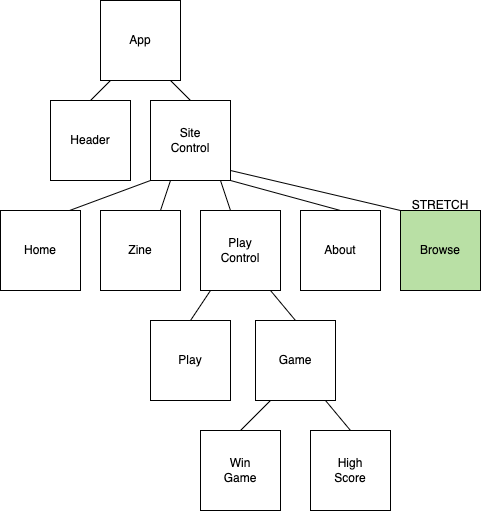
eluckie/the-wandering-eye keeps this draw.io diagram as src/img/capstone-component-diagram.png. Above is the earlier version. Source tidied: cells renumbered, new cells last; positions are measured from the earlier drawing's top-left corner, leaving out a move shared by most shapes. Its diagram source:
```xml
<mxGraphModel>
  <root>
    <mxCell id="0" />
    <mxCell id="1" parent="0" />
    <mxCell id="2" style="whiteSpace=wrap;html=1;" parent="1" vertex="1">
      <mxGeometry x="150" y="100" width="80" height="80" as="geometry" />
    </mxCell>
    <mxCell id="3" value="Site Control" style="text;html=1;strokeColor=none;fillColor=none;align=center;verticalAlign=middle;whiteSpace=wrap;rounded=0;" parent="1" vertex="1">
      <mxGeometry x="160" y="125" width="60" height="30" as="geometry" />
    </mxCell>
    <mxCell id="4" style="whiteSpace=wrap;html=1;" parent="1" vertex="1">
      <mxGeometry x="100" y="210" width="80" height="80" as="geometry" />
    </mxCell>
    <mxCell id="5" style="whiteSpace=wrap;html=1;" parent="1" vertex="1">
      <mxGeometry x="100" width="80" height="80" as="geometry" />
    </mxCell>
    <mxCell id="6" style="whiteSpace=wrap;html=1;" parent="1" vertex="1">
      <mxGeometry x="50" y="100" width="80" height="80" as="geometry" />
    </mxCell>
    <mxCell id="7" value="App" style="text;html=1;strokeColor=none;fillColor=none;align=center;verticalAlign=middle;whiteSpace=wrap;rounded=0;" parent="1" vertex="1">
      <mxGeometry x="110" y="25" width="60" height="30" as="geometry" />
    </mxCell>
    <mxCell id="8" value="Header" style="text;html=1;strokeColor=none;fillColor=none;align=center;verticalAlign=middle;whiteSpace=wrap;rounded=0;" parent="1" vertex="1">
      <mxGeometry x="60" y="125" width="60" height="30" as="geometry" />
    </mxCell>
    <mxCell id="9" style="whiteSpace=wrap;html=1;fillColor=#B9E0A5;" parent="1" vertex="1">
      <mxGeometry x="400" y="210" width="80" height="80" as="geometry" />
    </mxCell>
    <mxCell id="10" style="whiteSpace=wrap;html=1;" parent="1" vertex="1">
      <mxGeometry y="210" width="80" height="80" as="geometry" />
    </mxCell>
    <mxCell id="11" style="whiteSpace=wrap;html=1;" parent="1" vertex="1">
      <mxGeometry x="200" y="210" width="80" height="80" as="geometry" />
    </mxCell>
    <mxCell id="12" style="whiteSpace=wrap;html=1;" parent="1" vertex="1">
      <mxGeometry x="300" y="210" width="80" height="80" as="geometry" />
    </mxCell>
    <mxCell id="13" value="Home" style="text;html=1;strokeColor=none;fillColor=none;align=center;verticalAlign=middle;whiteSpace=wrap;rounded=0;" parent="1" vertex="1">
      <mxGeometry x="10" y="235" width="60" height="30" as="geometry" />
    </mxCell>
    <mxCell id="14" value="Zine" style="text;html=1;strokeColor=none;fillColor=none;align=center;verticalAlign=middle;whiteSpace=wrap;rounded=0;" parent="1" vertex="1">
      <mxGeometry x="110" y="235" width="60" height="30" as="geometry" />
    </mxCell>
    <mxCell id="15" value="About" style="text;html=1;strokeColor=none;fillColor=none;align=center;verticalAlign=middle;whiteSpace=wrap;rounded=0;" parent="1" vertex="1">
      <mxGeometry x="310" y="235" width="60" height="30" as="geometry" />
    </mxCell>
    <mxCell id="16" value="Browse" style="text;html=1;strokeColor=none;fillColor=none;align=center;verticalAlign=middle;whiteSpace=wrap;rounded=0;" parent="1" vertex="1">
      <mxGeometry x="410" y="235" width="60" height="30" as="geometry" />
    </mxCell>
    <mxCell id="17" value="STRETCH" style="text;html=1;strokeColor=none;fillColor=none;align=center;verticalAlign=middle;whiteSpace=wrap;rounded=0;" parent="1" vertex="1">
      <mxGeometry x="410" y="190" width="60" height="30" as="geometry" />
    </mxCell>
    <mxCell id="18" style="whiteSpace=wrap;html=1;" parent="1" vertex="1">
      <mxGeometry x="255" y="320" width="80" height="80" as="geometry" />
    </mxCell>
    <mxCell id="19" value="Game" style="text;html=1;strokeColor=none;fillColor=none;align=center;verticalAlign=middle;whiteSpace=wrap;rounded=0;" parent="1" vertex="1">
      <mxGeometry x="265" y="345" width="60" height="30" as="geometry" />
    </mxCell>
    <mxCell id="20" style="whiteSpace=wrap;html=1;" parent="1" vertex="1">
      <mxGeometry x="200" y="430" width="80" height="80" as="geometry" />
    </mxCell>
    <mxCell id="21" style="whiteSpace=wrap;html=1;" parent="1" vertex="1">
      <mxGeometry x="310" y="430" width="80" height="80" as="geometry" />
    </mxCell>
    <mxCell id="22" value="Win&lt;br&gt;Game" style="text;html=1;strokeColor=none;fillColor=none;align=center;verticalAlign=middle;whiteSpace=wrap;rounded=0;" parent="1" vertex="1">
      <mxGeometry x="210" y="455" width="60" height="30" as="geometry" />
    </mxCell>
    <mxCell id="23" value="High Score" style="text;html=1;strokeColor=none;fillColor=none;align=center;verticalAlign=middle;whiteSpace=wrap;rounded=0;" parent="1" vertex="1">
      <mxGeometry x="320" y="455" width="60" height="30" as="geometry" />
    </mxCell>
    <mxCell id="24" style="endArrow=none;html=1;rounded=0;exitX=0.5;exitY=0;exitDx=0;exitDy=0;" parent="1" edge="1" source="6">
      <mxGeometry relative="1" as="geometry">
        <mxPoint x="110" y="80" as="targetPoint" />
      </mxGeometry>
    </mxCell>
    <mxCell id="25" style="endArrow=none;html=1;rounded=0;exitX=0.5;exitY=0;exitDx=0;exitDy=0;" parent="1" edge="1" source="2">
      <mxGeometry relative="1" as="geometry">
        <mxPoint x="170" y="80" as="targetPoint" />
      </mxGeometry>
    </mxCell>
    <mxCell id="26" style="endArrow=none;html=1;rounded=0;exitX=0.863;exitY=0;exitDx=0;exitDy=0;exitPerimeter=0;" parent="1" edge="1" source="10">
      <mxGeometry relative="1" as="geometry">
        <mxPoint x="150" y="180" as="targetPoint" />
      </mxGeometry>
    </mxCell>
    <mxCell id="27" style="endArrow=none;html=1;rounded=0;exitX=0.75;exitY=0;exitDx=0;exitDy=0;" parent="1" edge="1" source="4">
      <mxGeometry relative="1" as="geometry">
        <mxPoint x="170" y="180" as="targetPoint" />
      </mxGeometry>
    </mxCell>
    <mxCell id="28" style="endArrow=none;html=1;rounded=0;" parent="1" edge="1">
      <mxGeometry relative="1" as="geometry">
        <mxPoint x="230" y="210" as="sourcePoint" />
        <mxPoint x="220" y="180" as="targetPoint" />
      </mxGeometry>
    </mxCell>
    <mxCell id="29" style="endArrow=none;html=1;rounded=0;exitX=0.5;exitY=0;exitDx=0;exitDy=0;entryX=1;entryY=1;entryDx=0;entryDy=0;" parent="1" edge="1" source="12" target="2">
      <mxGeometry relative="1" as="geometry" />
    </mxCell>
    <mxCell id="30" style="endArrow=none;html=1;rounded=0;exitX=0;exitY=0;exitDx=0;exitDy=0;" parent="1" edge="1" source="9">
      <mxGeometry relative="1" as="geometry">
        <mxPoint x="230" y="170" as="targetPoint" />
      </mxGeometry>
    </mxCell>
    <mxCell id="31" style="endArrow=none;html=1;rounded=0;exitX=0.5;exitY=0;exitDx=0;exitDy=0;" parent="1" edge="1" source="20">
      <mxGeometry relative="1" as="geometry">
        <mxPoint x="270" y="400" as="targetPoint" />
      </mxGeometry>
    </mxCell>
    <mxCell id="32" style="endArrow=none;html=1;rounded=0;exitX=0.5;exitY=0;exitDx=0;exitDy=0;" parent="1" edge="1" source="21">
      <mxGeometry relative="1" as="geometry">
        <mxPoint x="325" y="400" as="targetPoint" />
      </mxGeometry>
    </mxCell>
    <mxCell id="33" value="Play Control" style="text;html=1;strokeColor=none;fillColor=none;align=center;verticalAlign=middle;whiteSpace=wrap;rounded=0;" parent="1" vertex="1">
      <mxGeometry x="210" y="235" width="60" height="30" as="geometry" />
    </mxCell>
    <mxCell id="34" style="whiteSpace=wrap;html=1;" parent="1" vertex="1">
      <mxGeometry x="150" y="320" width="80" height="80" as="geometry" />
    </mxCell>
    <mxCell id="35" value="Play" style="text;html=1;strokeColor=none;fillColor=none;align=center;verticalAlign=middle;whiteSpace=wrap;rounded=0;" parent="1" vertex="1">
      <mxGeometry x="160" y="345" width="60" height="30" as="geometry" />
    </mxCell>
    <mxCell id="36" style="endArrow=none;html=1;rounded=0;exitX=0.5;exitY=0;exitDx=0;exitDy=0;" parent="1" edge="1" source="34">
      <mxGeometry relative="1" as="geometry">
        <mxPoint x="210" y="290" as="targetPoint" />
      </mxGeometry>
    </mxCell>
    <mxCell id="37" style="endArrow=none;html=1;rounded=0;exitX=0.5;exitY=0;exitDx=0;exitDy=0;" parent="1" edge="1" source="18">
      <mxGeometry relative="1" as="geometry">
        <mxPoint x="270" y="290" as="targetPoint" />
      </mxGeometry>
    </mxCell>
  </root>
</mxGraphModel>
```
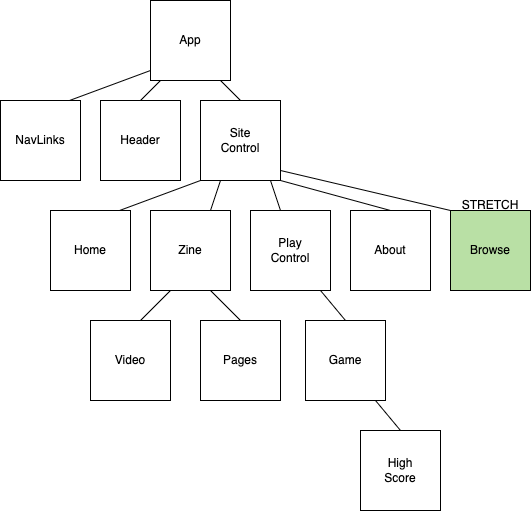
The same diagram one commit later.

Change to the diagram source:
```diff
@@ -56,15 +56,9 @@
     <mxCell id="19" value="Game" style="text;html=1;strokeColor=none;fillColor=none;align=center;verticalAlign=middle;whiteSpace=wrap;rounded=0;" parent="1" vertex="1">
       <mxGeometry x="265" y="345" width="60" height="30" as="geometry" />
     </mxCell>
-    <mxCell id="20" style="whiteSpace=wrap;html=1;" parent="1" vertex="1">
-      <mxGeometry x="200" y="430" width="80" height="80" as="geometry" />
-    </mxCell>
     <mxCell id="21" style="whiteSpace=wrap;html=1;" parent="1" vertex="1">
       <mxGeometry x="310" y="430" width="80" height="80" as="geometry" />
     </mxCell>
-    <mxCell id="22" value="Win&lt;br&gt;Game" style="text;html=1;strokeColor=none;fillColor=none;align=center;verticalAlign=middle;whiteSpace=wrap;rounded=0;" parent="1" vertex="1">
-      <mxGeometry x="210" y="455" width="60" height="30" as="geometry" />
-    </mxCell>
     <mxCell id="23" value="High Score" style="text;html=1;strokeColor=none;fillColor=none;align=center;verticalAlign=middle;whiteSpace=wrap;rounded=0;" parent="1" vertex="1">
       <mxGeometry x="320" y="455" width="60" height="30" as="geometry" />
     </mxCell>
@@ -102,11 +96,6 @@
         <mxPoint x="230" y="170" as="targetPoint" />
       </mxGeometry>
     </mxCell>
-    <mxCell id="31" style="endArrow=none;html=1;rounded=0;exitX=0.5;exitY=0;exitDx=0;exitDy=0;" parent="1" edge="1" source="20">
-      <mxGeometry relative="1" as="geometry">
-        <mxPoint x="270" y="400" as="targetPoint" />
-      </mxGeometry>
-    </mxCell>
     <mxCell id="32" style="endArrow=none;html=1;rounded=0;exitX=0.5;exitY=0;exitDx=0;exitDy=0;" parent="1" edge="1" source="21">
       <mxGeometry relative="1" as="geometry">
         <mxPoint x="325" y="400" as="targetPoint" />
@@ -115,14 +104,9 @@
     <mxCell id="33" value="Play Control" style="text;html=1;strokeColor=none;fillColor=none;align=center;verticalAlign=middle;whiteSpace=wrap;rounded=0;" parent="1" vertex="1">
       <mxGeometry x="210" y="235" width="60" height="30" as="geometry" />
     </mxCell>
-    <mxCell id="34" style="whiteSpace=wrap;html=1;" parent="1" vertex="1">
-      <mxGeometry x="150" y="320" width="80" height="80" as="geometry" />
-    </mxCell>
-    <mxCell id="35" value="Play" style="text;html=1;strokeColor=none;fillColor=none;align=center;verticalAlign=middle;whiteSpace=wrap;rounded=0;" parent="1" vertex="1">
-      <mxGeometry x="160" y="345" width="60" height="30" as="geometry" />
-    </mxCell>
-    <mxCell id="36" style="endArrow=none;html=1;rounded=0;exitX=0.5;exitY=0;exitDx=0;exitDy=0;" parent="1" edge="1" source="34">
+    <mxCell id="36" style="endArrow=none;html=1;rounded=0;exitX=0.5;exitY=0;exitDx=0;exitDy=0;" parent="1" edge="1">
       <mxGeometry relative="1" as="geometry">
+        <mxPoint x="210" y="290" as="sourcePoint" />
         <mxPoint x="210" y="290" as="targetPoint" />
       </mxGeometry>
     </mxCell>
@@ -131,5 +115,46 @@
         <mxPoint x="270" y="290" as="targetPoint" />
       </mxGeometry>
     </mxCell>
+    <mxCell id="38" style="endArrow=none;html=1;rounded=0;exitX=0.5;exitY=0;exitDx=0;exitDy=0;" parent="1" edge="1">
+      <mxGeometry relative="1" as="geometry">
+        <mxPoint x="190" y="320" as="sourcePoint" />
+        <mxPoint x="190" y="320" as="targetPoint" />
+      </mxGeometry>
+    </mxCell>
+    <mxCell id="39" style="whiteSpace=wrap;html=1;" parent="1" vertex="1">
+      <mxGeometry x="40" y="320" width="80" height="80" as="geometry" />
+    </mxCell>
+    <mxCell id="34" style="whiteSpace=wrap;html=1;" parent="1" vertex="1">
+      <mxGeometry x="150" y="320" width="80" height="80" as="geometry" />
+    </mxCell>
+    <mxCell id="40" style="whiteSpace=wrap;html=1;" parent="1" vertex="1">
+      <mxGeometry x="-50" y="100" width="80" height="80" as="geometry" />
+    </mxCell>
+    <mxCell id="41" value="NavLinks" style="text;html=1;strokeColor=none;fillColor=none;align=center;verticalAlign=middle;whiteSpace=wrap;rounded=0;" parent="1" vertex="1">
+      <mxGeometry x="-40" y="125" width="60" height="30" as="geometry" />
+    </mxCell>
+    <mxCell id="42" value="Video" style="text;html=1;strokeColor=none;fillColor=none;align=center;verticalAlign=middle;whiteSpace=wrap;rounded=0;" parent="1" vertex="1">
+      <mxGeometry x="50" y="345" width="60" height="30" as="geometry" />
+    </mxCell>
+    <mxCell id="43" value="Pages" style="text;html=1;strokeColor=none;fillColor=none;align=center;verticalAlign=middle;whiteSpace=wrap;rounded=0;" parent="1" vertex="1">
+      <mxGeometry x="160" y="345" width="60" height="30" as="geometry" />
+    </mxCell>
+    <mxCell id="44" style="endArrow=none;html=1;rounded=0;exitX=0.5;exitY=0;exitDx=0;exitDy=0;" parent="1" edge="1">
+      <mxGeometry relative="1" as="geometry">
+        <mxPoint x="90" y="320" as="sourcePoint" />
+        <mxPoint x="120" y="290" as="targetPoint" />
+      </mxGeometry>
+    </mxCell>
+    <mxCell id="45" style="endArrow=none;html=1;rounded=0;exitX=0.5;exitY=0;exitDx=0;exitDy=0;" parent="1" edge="1" source="34">
+      <mxGeometry relative="1" as="geometry">
+        <mxPoint x="160" y="290" as="targetPoint" />
+      </mxGeometry>
+    </mxCell>
+    <mxCell id="46" style="endArrow=none;html=1;rounded=0;exitX=0.863;exitY=0;exitDx=0;exitDy=0;exitPerimeter=0;" parent="1" edge="1">
+      <mxGeometry relative="1" as="geometry">
+        <mxPoint x="19" y="100" as="sourcePoint" />
+        <mxPoint x="100" y="70" as="targetPoint" />
+      </mxGeometry>
+    </mxCell>
   </root>
 </mxGraphModel>
```
